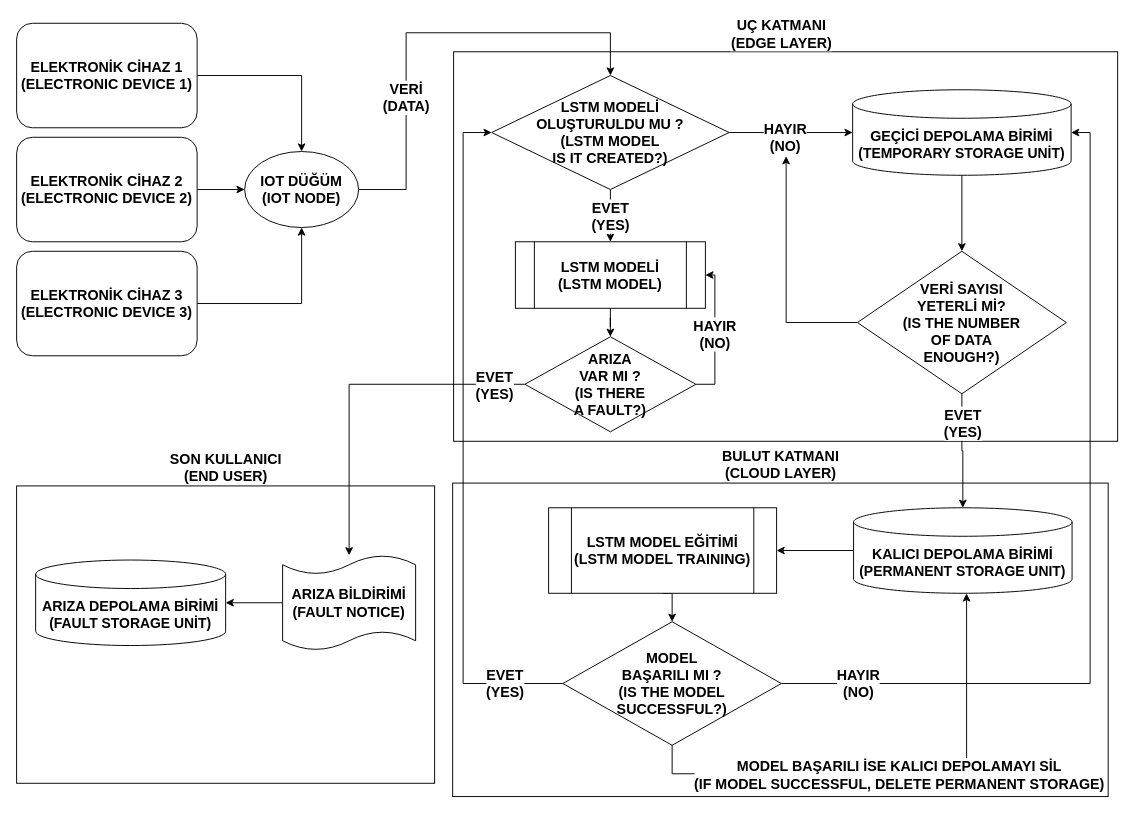
Above: Untitled Diagram.drawio in mertkslkc/anomaly-detection (draw.io), before the change. Source tidied: cells renumbered, new cells numbered last; positions are measured from the earlier drawing's top-left corner, leaving out a move shared by most shapes. Both pictures are drawn from the tidied source at 95%, with x=0, y=0 at pixel (16, 23).
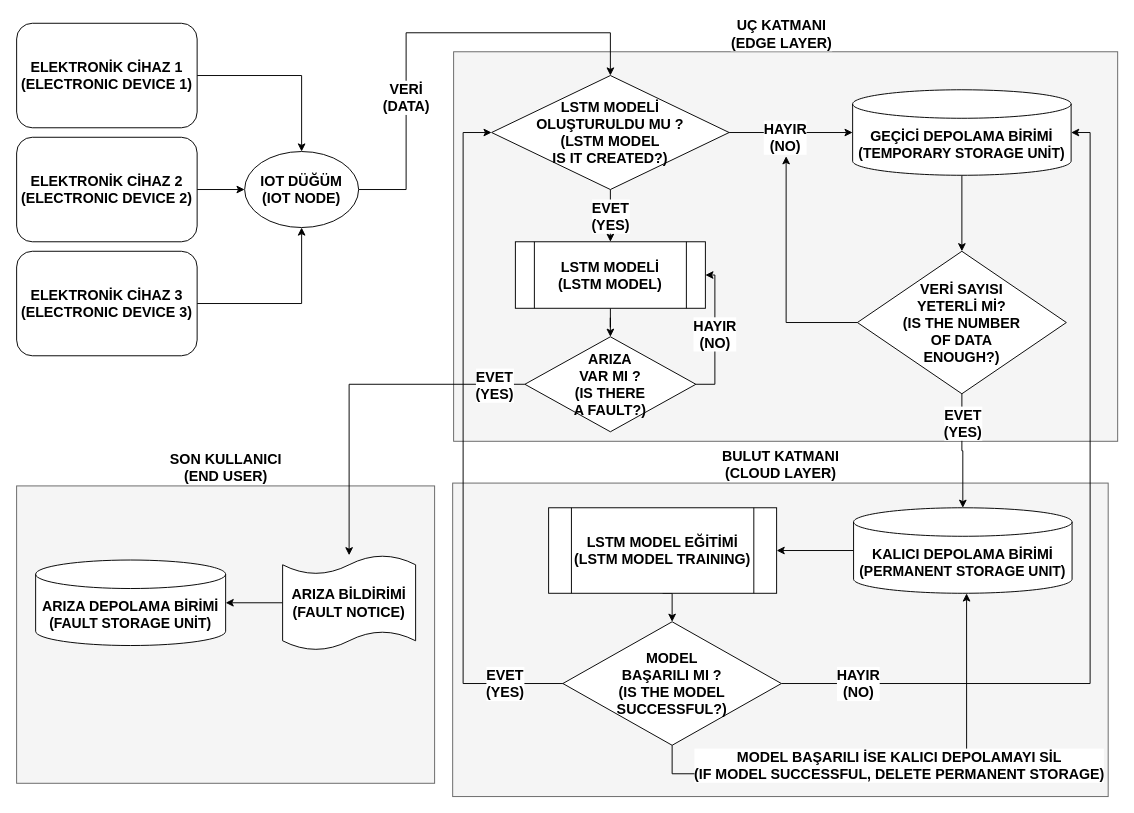
Above is the later version.

The change refers to these unchanged cells:
```xml
<mxCell id="29" style="edgeStyle=orthogonalEdgeStyle;rounded=0;jettySize=auto;html=1;entryX=0.784;entryY=0.352;entryDx=0;entryDy=0;entryPerimeter=0;fontFamily=Helvetica;fontSize=15;" parent="1" edge="1" source="31" target="2">
  <mxGeometry relative="1" as="geometry">
    <Array as="points">
      <mxPoint x="690" y="790" />
      <mxPoint x="1000" y="790" />
    </Array>
  </mxGeometry>
</mxCell>
```

What changed in the source:
```diff
@@
-    <mxCell id="2" style="rounded=0;whiteSpace=wrap;html=1;fontFamily=Helvetica;fontSize=15;" parent="1" vertex="1">
+    <mxCell id="2" style="rounded=0;whiteSpace=wrap;html=1;fontFamily=Helvetica;fontSize=15;fillColor=#f5f5f5;fontColor=#333333;strokeColor=#666666;" parent="1" vertex="1">
       <mxGeometry x="459" y="484" width="690" height="330" as="geometry" />
     </mxCell>
-    <mxCell id="3" style="rounded=0;whiteSpace=wrap;html=1;fontFamily=Helvetica;fontSize=15;" parent="1" vertex="1">
+    <mxCell id="3" style="rounded=0;whiteSpace=wrap;html=1;fontFamily=Helvetica;fontSize=15;fillColor=#f5f5f5;fontColor=#333333;strokeColor=#666666;" parent="1" vertex="1">
       <mxGeometry x="460" y="30" width="699" height="410" as="geometry" />
     </mxCell>
@@
     <mxCell id="30" value="&lt;b&gt;MODEL BAŞARILI İSE KALICI DEPOLAMAYI SİL&lt;br&gt;(IF MODEL SUCCESSFUL, DELETE PERMANENT STORAGE)&lt;/b&gt;" style="edgeLabel;html=1;align=center;verticalAlign=middle;fontSize=15;fontFamily=Helvetica;" parent="29" vertex="1">
       <mxGeometry x="-0.38" y="-1" relative="1" as="geometry">
-        <mxPoint x="104" y="-1" as="offset" />
+        <mxPoint x="104" y="-11" as="offset" />
       </mxGeometry>
     </mxCell>
@@
-    <mxCell id="36" style="rounded=0;whiteSpace=wrap;html=1;fontFamily=Helvetica;fontSize=15;" parent="1" vertex="1">
+    <mxCell id="36" style="rounded=0;whiteSpace=wrap;html=1;fontFamily=Helvetica;fontSize=15;fillColor=#f5f5f5;fontColor=#333333;strokeColor=#666666;" parent="1" vertex="1">
       <mxGeometry y="487" width="440" height="313" as="geometry" />
     </mxCell>
```
